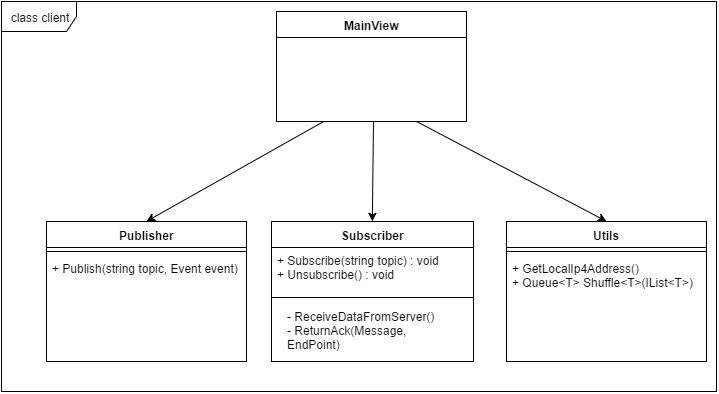
This is Report/figure/client_class.png from Rotvig/Architecture-and-Design-of-Distributed-Dependable-Systems-TI-ARDI, a draw.io export, as it was before one commit. Source tidied: cells renumbered, new cells last; positions are measured from the earlier drawing's top-left corner, leaving out a move shared by most shapes.
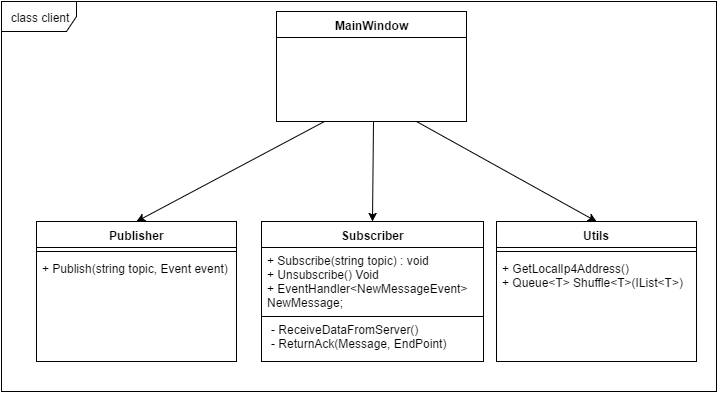
After the commit.

Commit message:
diagrammme lam tam tam

Diff of the diagram source:
```diff
@@ -10,20 +10,20 @@
         <mxPoint x="372" y="120" as="sourcePoint" />
       </mxGeometry>
     </mxCell>
-    <mxCell id="4" value="MainView" style="swimlane;html=1;fontStyle=1;align=center;verticalAlign=top;horizontal=1;startSize=26;swimlaneFillColor=#ffffff;" parent="1" vertex="1">
+    <mxCell id="4" value="MainWindow" style="swimlane;html=1;fontStyle=1;align=center;verticalAlign=top;horizontal=1;startSize=26;swimlaneFillColor=#ffffff;" parent="1" vertex="1">
       <mxGeometry x="275" y="10" width="190" height="110" as="geometry" />
     </mxCell>
     <mxCell id="5" value="Subscriber" style="swimlane;html=1;fontStyle=1;align=center;verticalAlign=top;horizontal=1;startSize=26;swimlaneFillColor=#ffffff;" parent="1" vertex="1">
-      <mxGeometry x="270" y="220" width="202" height="140" as="geometry" />
+      <mxGeometry x="260" y="220" width="222" height="140" as="geometry" />
     </mxCell>
-    <mxCell id="6" value="+ Subscribe(string topic) : void&lt;div&gt;+ Un&lt;span&gt;subscribe() : void&lt;/span&gt;&lt;/div&gt;&lt;div&gt;&lt;div&gt;&lt;br&gt;&lt;/div&gt;&lt;/div&gt;" style="text;html=1;strokeColor=none;fillColor=none;align=left;verticalAlign=top;spacingLeft=4;spacingRight=4;whiteSpace=wrap;overflow=hidden;" parent="5" vertex="1">
-      <mxGeometry y="26" width="202" height="46" as="geometry" />
+    <mxCell id="6" value="+ Subscribe(string topic) : void&lt;div&gt;+ Un&lt;span&gt;subscribe() Void&amp;nbsp;&lt;/span&gt;&lt;/div&gt;&lt;div&gt;&lt;span&gt;+ EventHandler&amp;lt;NewMessageEvent&amp;gt; NewMessage;&lt;/span&gt;&lt;/div&gt;&lt;div&gt;&lt;span&gt;&lt;br&gt;&lt;/span&gt;&lt;/div&gt;&lt;div&gt;&lt;div&gt;&lt;br&gt;&lt;/div&gt;&lt;/div&gt;" style="text;html=1;strokeColor=none;fillColor=none;align=left;verticalAlign=top;spacingLeft=4;spacingRight=4;whiteSpace=wrap;overflow=hidden;" parent="5" vertex="1">
+      <mxGeometry y="26" width="222" height="64" as="geometry" />
     </mxCell>
     <mxCell id="7" style="line;html=1;strokeWidth=1;fillColor=none;align=left;verticalAlign=middle;spacingTop=-1;spacingLeft=3;spacingRight=3;labelPosition=right;" parent="5" vertex="1">
-      <mxGeometry y="72" width="202" height="8" as="geometry" />
+      <mxGeometry y="90" width="222" height="10" as="geometry" />
     </mxCell>
     <mxCell id="8" value="Publisher" style="swimlane;html=1;fontStyle=1;align=center;verticalAlign=top;horizontal=1;startSize=26;swimlaneFillColor=#ffffff;" parent="1" vertex="1">
-      <mxGeometry x="45" y="220" width="200" height="140" as="geometry" />
+      <mxGeometry x="35" y="220" width="200" height="140" as="geometry" />
     </mxCell>
     <mxCell id="9" style="line;html=1;strokeWidth=1;fillColor=none;align=left;verticalAlign=middle;spacingTop=-1;spacingLeft=3;spacingRight=3;labelPosition=right;" parent="8" vertex="1">
       <mxGeometry y="26" width="200" height="8" as="geometry" />
@@ -35,7 +35,7 @@
       <mxGeometry width="715" height="390" as="geometry" />
     </mxCell>
     <mxCell id="12" value="Utils" style="swimlane;html=1;fontStyle=1;align=center;verticalAlign=top;horizontal=1;startSize=26;swimlaneFillColor=#ffffff;" parent="1" vertex="1">
-      <mxGeometry x="505" y="220" width="200" height="140" as="geometry" />
+      <mxGeometry x="495" y="220" width="200" height="140" as="geometry" />
     </mxCell>
     <mxCell id="13" style="line;html=1;strokeWidth=1;fillColor=none;align=left;verticalAlign=middle;spacingTop=-1;spacingLeft=3;spacingRight=3;labelPosition=right;" parent="12" vertex="1">
       <mxGeometry y="26" width="200" height="8" as="geometry" />
@@ -49,7 +49,7 @@
       </mxGeometry>
     </mxCell>
     <mxCell id="16" value="&lt;div&gt;&lt;div&gt;- ReceiveDataFromServer()&lt;/div&gt;&lt;/div&gt;&lt;div&gt;- ReturnAck(Message, EndPoint)&lt;br&gt;&lt;/div&gt;" style="text;html=1;strokeColor=none;fillColor=none;align=left;verticalAlign=top;spacingLeft=4;spacingRight=4;whiteSpace=wrap;overflow=hidden;" parent="1" vertex="1">
-      <mxGeometry x="280" y="302" width="185" height="46" as="geometry" />
+      <mxGeometry x="264" y="315" width="212" height="46" as="geometry" />
     </mxCell>
   </root>
 </mxGraphModel>
```
